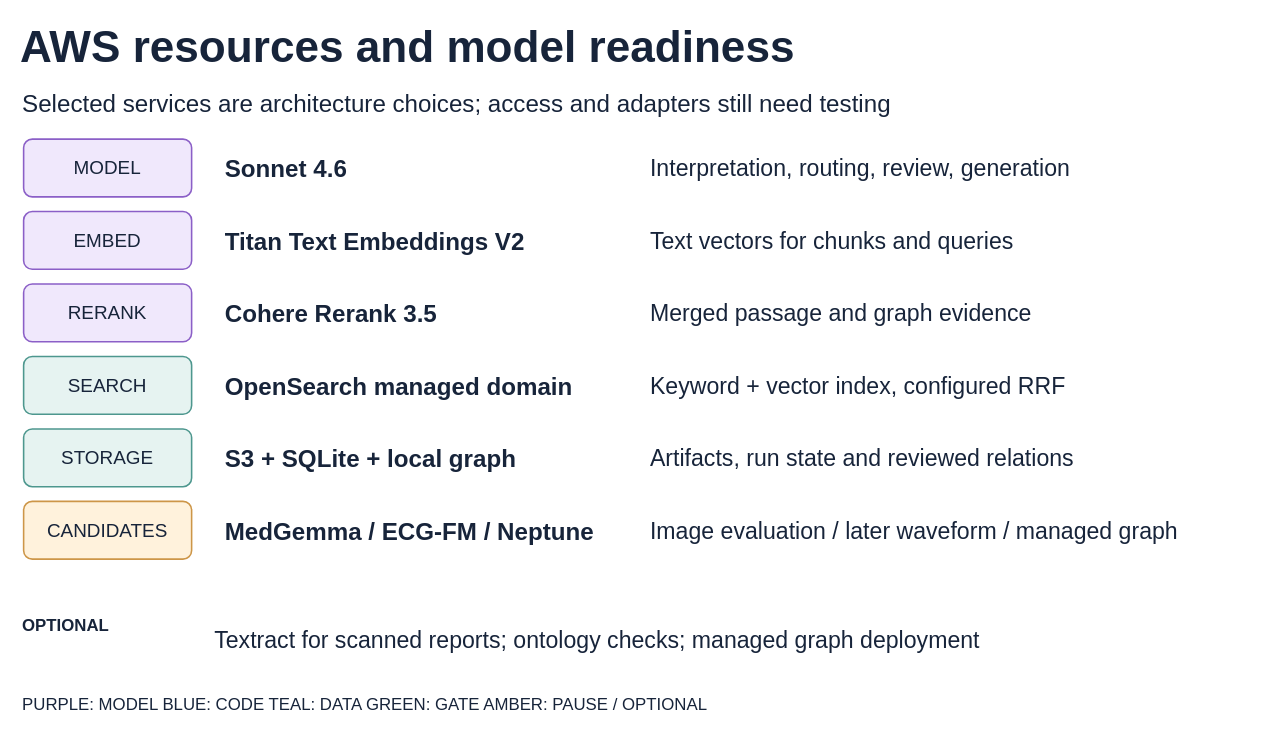
Above: page "AWS resources and model readiness" (14 of 15) of presentation/output/Healthcare_Agent_Architecture.drawio in DanielZ0217/AWS-Hackathon (draw.io), before the change. Source tidied: cells renumbered, new cells numbered last; positions are measured from the earlier drawing's top-left corner, leaving out a move shared by most shapes. Both pictures are drawn from the tidied source at 105%, with x=0, y=0 at pixel (18, 18).
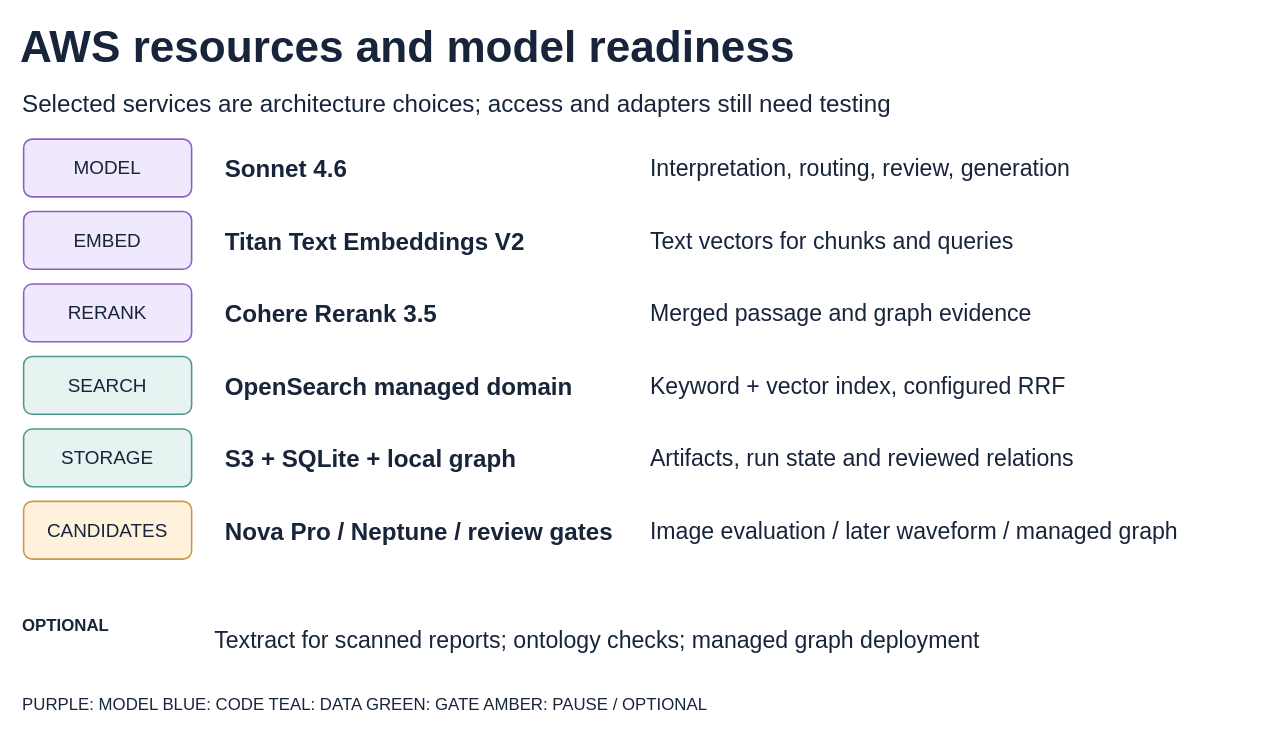
After the change.

What changed in the source:
```diff
@@
-    <mxCell id="20" value="MedGemma / ECG-FM / Neptune" style="text;html=0;whiteSpace=wrap;align=left;verticalAlign=middle;fontFamily=Arial;fontSize=23;fontColor=#17243A;fontStyle=1;" parent="1" vertex="1">
+    <mxCell id="20" value="Nova Pro / Neptune / review gates" style="text;html=0;whiteSpace=wrap;align=left;verticalAlign=middle;fontFamily=Arial;fontSize=23;fontColor=#17243A;fontStyle=1;" parent="1" vertex="1">
       <mxGeometry x="195" y="464" width="390" height="50" as="geometry" />
     </mxCell>
```
